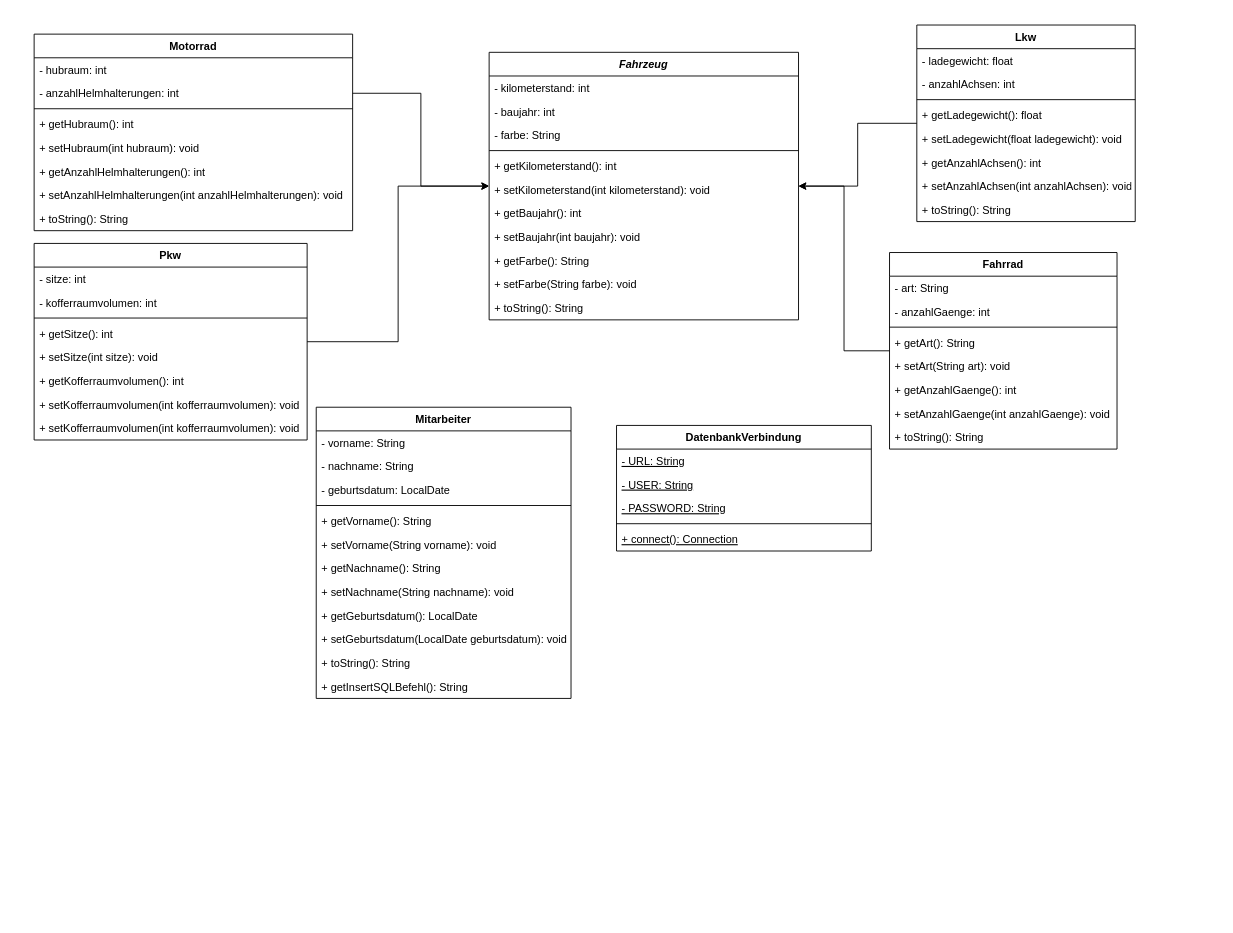
domhags/fuhrpark_java_db keeps this draw.io diagram as UML_Diagramm.drawio. Above is the earlier version. Source tidied: cells renumbered, new cells numbered last; positions are measured from the earlier drawing's top-left corner, leaving out a move shared by most shapes. Both pictures are drawn from the tidied source at 91%, with x=0, y=0 at pixel (34, 25).
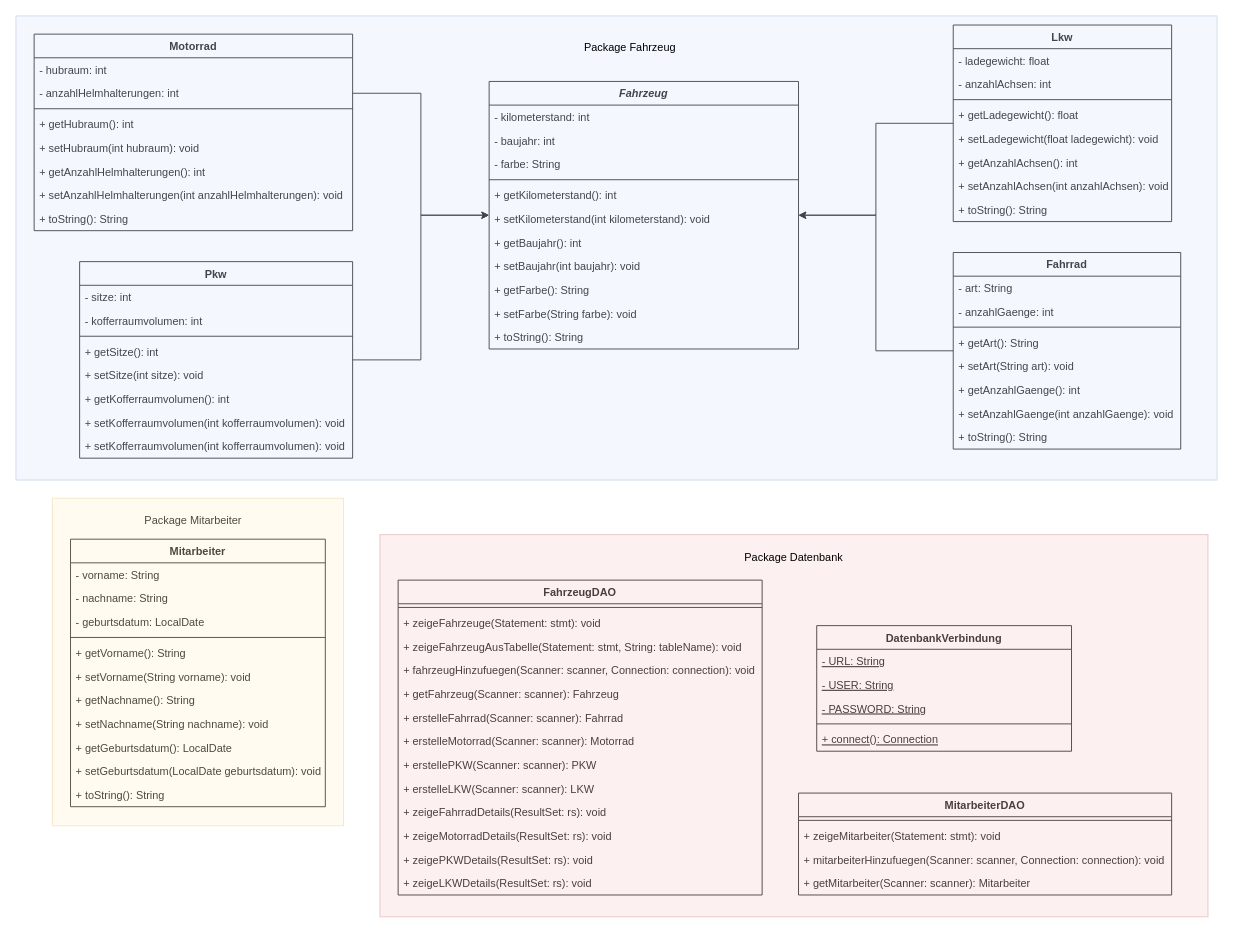
The same page after the edit.

What changed in the source:
```diff
@@
     <mxCell id="2" value="Fahrzeug" style="swimlane;fontStyle=3;align=center;verticalAlign=top;horizontal=1;startSize=26;" parent="1" vertex="1">
-      <mxGeometry x="500" y="30" width="340" height="294" as="geometry" />
+      <mxGeometry x="500" y="62" width="340" height="294" as="geometry" />
     </mxCell>
@@
     <mxCell id="15" value="Pkw" style="swimlane;fontStyle=1;align=center;verticalAlign=top;horizontal=1;startSize=26;" parent="1" vertex="1">
-      <mxGeometry y="240" width="300" height="216" as="geometry" />
+      <mxGeometry x="50" y="260" width="300" height="216" as="geometry" />
     </mxCell>
@@
     <mxCell id="25" value="Lkw" style="swimlane;fontStyle=1;align=center;verticalAlign=top;horizontal=1;startSize=26;" parent="1" vertex="1">
-      <mxGeometry x="970" width="240" height="216" as="geometry" />
+      <mxGeometry x="1010" width="240" height="216" as="geometry" />
     </mxCell>
@@
     <mxCell id="44" value="Fahrrad" style="swimlane;fontStyle=1;align=center;verticalAlign=top;horizontal=1;startSize=26;" parent="1" vertex="1">
-      <mxGeometry x="940" y="250" width="250" height="216" as="geometry" />
+      <mxGeometry x="1010" y="250" width="250" height="216" as="geometry" />
     </mxCell>
@@
     <mxCell id="53" value="Mitarbeiter" style="swimlane;fontStyle=1;align=center;verticalAlign=top;horizontal=1;startSize=26;" parent="1" vertex="1">
-      <mxGeometry x="310" y="420" width="280" height="320" as="geometry" />
+      <mxGeometry x="40" y="565" width="280" height="294" as="geometry" />
     </mxCell>
@@
-    <mxCell id="65" value="+ getInsertSQLBefehl(): String" style="text;strokeColor=none;fillColor=none;align=left;verticalAlign=top;spacingLeft=4;spacingRight=4;overflow=hidden;fontStyle=0;" parent="53" vertex="1">
-      <mxGeometry y="294" width="280" height="26" as="geometry" />
-    </mxCell>
@@
     <mxCell id="67" value="DatenbankVerbindung" style="swimlane;fontStyle=1;align=center;verticalAlign=top;horizontal=1;startSize=26;" parent="1" vertex="1">
-      <mxGeometry x="640" y="440" width="280" height="138" as="geometry" />
+      <mxGeometry x="860" y="660" width="280" height="138" as="geometry" />
     </mxCell>
@@
+    <mxCell id="73" style="rounded=0;whiteSpace=wrap;html=1;fillColor=#dae8fc;strokeColor=#6c8ebf;opacity=30;" parent="1" vertex="1">
+      <mxGeometry x="-20" y="-10" width="1320" height="510" as="geometry" />
+    </mxCell>
+    <mxCell id="74" value="Package Fahrzeug" style="text;html=1;strokeColor=none;fillColor=none;align=center;verticalAlign=middle;whiteSpace=wrap;rounded=0;opacity=30;" parent="1" vertex="1">
+      <mxGeometry x="570" y="10" width="170" height="30" as="geometry" />
+    </mxCell>
+    <mxCell id="75" value="Package Mitarbeiter" style="text;html=1;strokeColor=none;fillColor=none;align=center;verticalAlign=middle;whiteSpace=wrap;rounded=0;opacity=30;" parent="1" vertex="1">
+      <mxGeometry x="65" y="530" width="220" height="30" as="geometry" />
+    </mxCell>
+    <mxCell id="76" style="rounded=0;whiteSpace=wrap;html=1;fillColor=#fff2cc;opacity=30;strokeColor=#d6b656;" parent="1" vertex="1">
+      <mxGeometry x="20" y="520" width="320" height="360" as="geometry" />
+    </mxCell>
+    <mxCell id="77" value="FahrzeugDAO" style="swimlane;fontStyle=1;align=center;verticalAlign=top;horizontal=1;startSize=26;" parent="1" vertex="1">
+      <mxGeometry x="400" y="610" width="400" height="346" as="geometry" />
+    </mxCell>
+    <mxCell id="78" style="line;strokeWidth=1;fillColor=none;align=left;verticalAlign=middle;spacingTop=-1;spacingLeft=3;spacingRight=3;labelPosition=right;" parent="77" vertex="1">
+      <mxGeometry y="26" width="400" height="8" as="geometry" />
+    </mxCell>
+    <mxCell id="79" value="+ zeigeFahrzeuge(Statement: stmt): void" style="text;strokeColor=none;fillColor=none;align=left;verticalAlign=top;spacingLeft=4;spacingRight=4;overflow=hidden;fontStyle=0;" parent="77" vertex="1">
+      <mxGeometry y="34" width="400" height="26" as="geometry" />
+    </mxCell>
+    <mxCell id="80" value="+ zeigeFahrzeugAusTabelle(Statement: stmt, String: tableName): void" style="text;strokeColor=none;fillColor=none;align=left;verticalAlign=top;spacingLeft=4;spacingRight=4;overflow=hidden;fontStyle=0;" parent="77" vertex="1">
+      <mxGeometry y="60" width="400" height="26" as="geometry" />
+    </mxCell>
+    <mxCell id="81" value="+ fahrzeugHinzufuegen(Scanner: scanner, Connection: connection): void" style="text;strokeColor=none;fillColor=none;align=left;verticalAlign=top;spacingLeft=4;spacingRight=4;overflow=hidden;fontStyle=0;" parent="77" vertex="1">
+      <mxGeometry y="86" width="400" height="26" as="geometry" />
+    </mxCell>
+    <mxCell id="82" value="+ getFahrzeug(Scanner: scanner): Fahrzeug" style="text;strokeColor=none;fillColor=none;align=left;verticalAlign=top;spacingLeft=4;spacingRight=4;overflow=hidden;fontStyle=0;" parent="77" vertex="1">
+      <mxGeometry y="112" width="400" height="26" as="geometry" />
+    </mxCell>
+    <mxCell id="83" value="+ erstelleFahrrad(Scanner: scanner): Fahrrad" style="text;strokeColor=none;fillColor=none;align=left;verticalAlign=top;spacingLeft=4;spacingRight=4;overflow=hidden;fontStyle=0;" parent="77" vertex="1">
+      <mxGeometry y="138" width="400" height="26" as="geometry" />
+    </mxCell>
+    <mxCell id="84" value="+ erstelleMotorrad(Scanner: scanner): Motorrad" style="text;strokeColor=none;fillColor=none;align=left;verticalAlign=top;spacingLeft=4;spacingRight=4;overflow=hidden;fontStyle=0;" parent="77" vertex="1">
+      <mxGeometry y="164" width="400" height="26" as="geometry" />
+    </mxCell>
+    <mxCell id="85" value="+ erstellePKW(Scanner: scanner): PKW" style="text;strokeColor=none;fillColor=none;align=left;verticalAlign=top;spacingLeft=4;spacingRight=4;overflow=hidden;fontStyle=0;" parent="77" vertex="1">
+      <mxGeometry y="190" width="400" height="26" as="geometry" />
+    </mxCell>
+    <mxCell id="86" value="+ erstelleLKW(Scanner: scanner): LKW" style="text;strokeColor=none;fillColor=none;align=left;verticalAlign=top;spacingLeft=4;spacingRight=4;overflow=hidden;fontStyle=0;" parent="77" vertex="1">
+      <mxGeometry y="216" width="400" height="26" as="geometry" />
+    </mxCell>
+    <mxCell id="87" value="+ zeigeFahrradDetails(ResultSet: rs): void" style="text;strokeColor=none;fillColor=none;align=left;verticalAlign=top;spacingLeft=4;spacingRight=4;overflow=hidden;fontStyle=0;" parent="77" vertex="1">
+      <mxGeometry y="242" width="400" height="26" as="geometry" />
+    </mxCell>
+    <mxCell id="88" value="+ zeigeMotorradDetails(ResultSet: rs): void" style="text;strokeColor=none;fillColor=none;align=left;verticalAlign=top;spacingLeft=4;spacingRight=4;overflow=hidden;fontStyle=0;" parent="77" vertex="1">
+      <mxGeometry y="268" width="400" height="26" as="geometry" />
+    </mxCell>
+    <mxCell id="89" value="+ zeigePKWDetails(ResultSet: rs): void" style="text;strokeColor=none;fillColor=none;align=left;verticalAlign=top;spacingLeft=4;spacingRight=4;overflow=hidden;fontStyle=0;" parent="77" vertex="1">
+      <mxGeometry y="294" width="400" height="26" as="geometry" />
+    </mxCell>
+    <mxCell id="90" value="+ zeigeLKWDetails(ResultSet: rs): void" style="text;strokeColor=none;fillColor=none;align=left;verticalAlign=top;spacingLeft=4;spacingRight=4;overflow=hidden;fontStyle=0;" parent="77" vertex="1">
+      <mxGeometry y="320" width="400" height="26" as="geometry" />
+    </mxCell>
+    <mxCell id="91" value="MitarbeiterDAO" style="swimlane;fontStyle=1;align=center;verticalAlign=top;horizontal=1;startSize=26;" parent="1" vertex="1">
+      <mxGeometry x="840" y="844" width="410" height="112" as="geometry" />
+    </mxCell>
+    <mxCell id="92" style="line;strokeWidth=1;fillColor=none;align=left;verticalAlign=middle;spacingTop=-1;spacingLeft=3;spacingRight=3;labelPosition=right;" parent="91" vertex="1">
+      <mxGeometry y="26" width="410" height="8" as="geometry" />
+    </mxCell>
+    <mxCell id="93" value="+ zeigeMitarbeiter(Statement: stmt): void" style="text;strokeColor=none;fillColor=none;align=left;verticalAlign=top;spacingLeft=4;spacingRight=4;overflow=hidden;fontStyle=0;" parent="91" vertex="1">
+      <mxGeometry y="34" width="410" height="26" as="geometry" />
+    </mxCell>
+    <mxCell id="94" value="+ mitarbeiterHinzufuegen(Scanner: scanner, Connection: connection): void" style="text;strokeColor=none;fillColor=none;align=left;verticalAlign=top;spacingLeft=4;spacingRight=4;overflow=hidden;fontStyle=0;" parent="91" vertex="1">
+      <mxGeometry y="60" width="410" height="26" as="geometry" />
+    </mxCell>
+    <mxCell id="95" value="+ getMitarbeiter(Scanner: scanner): Mitarbeiter" style="text;strokeColor=none;fillColor=none;align=left;verticalAlign=top;spacingLeft=4;spacingRight=4;overflow=hidden;fontStyle=0;" parent="91" vertex="1">
+      <mxGeometry y="86" width="410" height="26" as="geometry" />
+    </mxCell>
+    <mxCell id="96" style="rounded=0;whiteSpace=wrap;html=1;fillColor=#f8cecc;opacity=30;strokeColor=#b85450;" parent="1" vertex="1">
+      <mxGeometry x="380" y="560" width="910" height="420" as="geometry" />
+    </mxCell>
+    <mxCell id="97" value="Package Datenbank" style="text;html=1;strokeColor=none;fillColor=none;align=center;verticalAlign=middle;whiteSpace=wrap;rounded=0;opacity=30;" parent="1" vertex="1">
+      <mxGeometry x="725" y="570" width="220" height="30" as="geometry" />
+    </mxCell>
```
